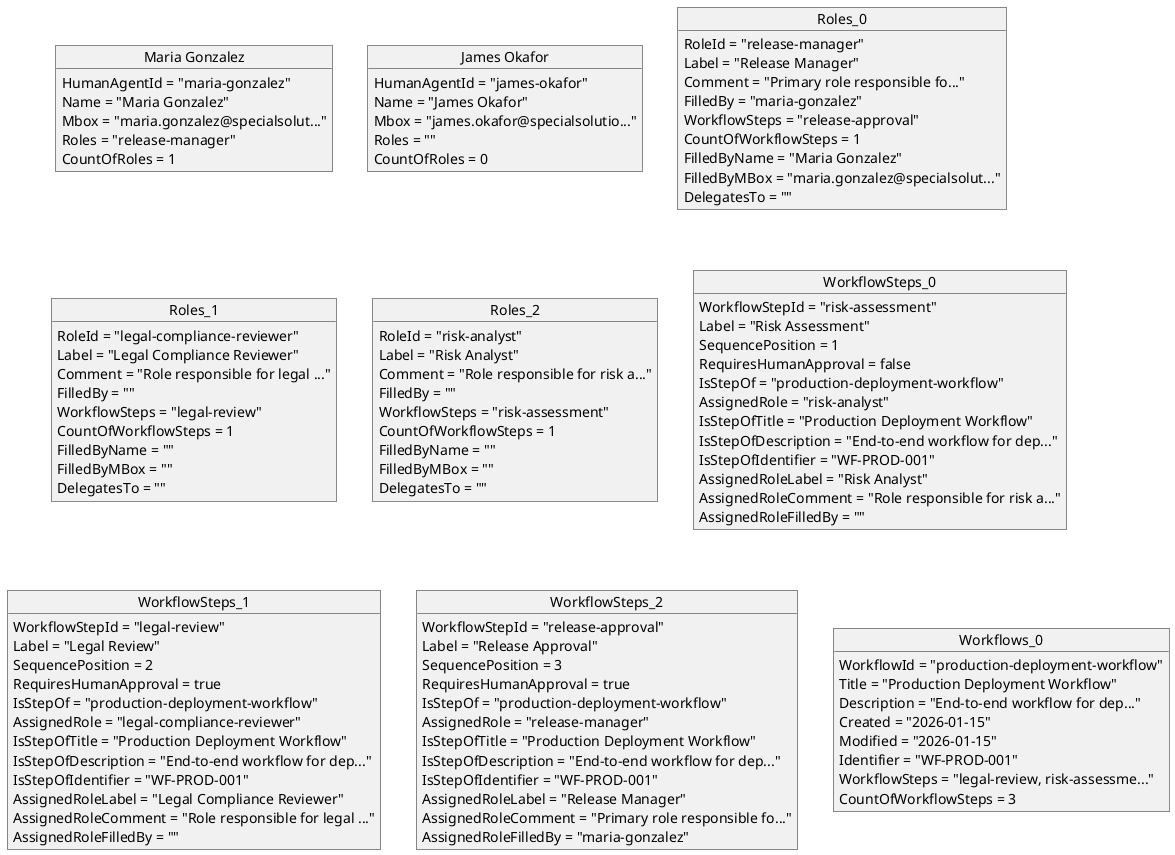
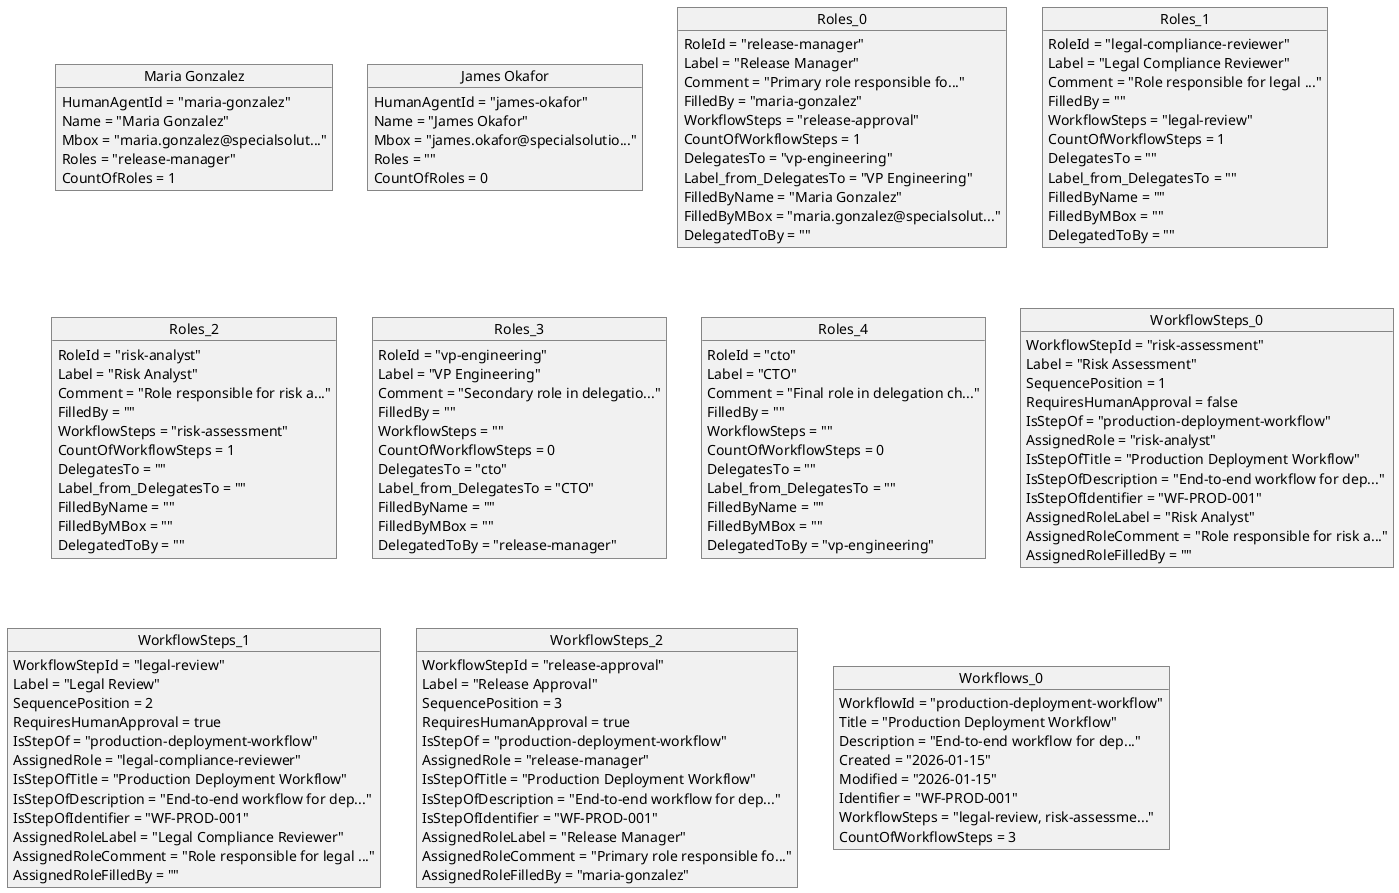
@startuml

object "Maria Gonzalez" as HumanAgents_0 {
  HumanAgentId = "maria-gonzalez"
  Name = "Maria Gonzalez"
  Mbox = "maria.gonzalez@specialsolut..."
  Roles = "release-manager"
  CountOfRoles = 1
}

object "James Okafor" as HumanAgents_1 {
  HumanAgentId = "james-okafor"
  Name = "James Okafor"
  Mbox = "james.okafor@specialsolutio..."
  Roles = ""
  CountOfRoles = 0
}

object "Roles_0" as Roles_0 {
  RoleId = "release-manager"
  Label = "Release Manager"
  Comment = "Primary role responsible fo..."
  FilledBy = "maria-gonzalez"
  WorkflowSteps = "release-approval"
  CountOfWorkflowSteps = 1
+   DelegatesTo = "vp-engineering"
+   Label_from_DelegatesTo = "VP Engineering"
  FilledByName = "Maria Gonzalez"
  FilledByMBox = "maria.gonzalez@specialsolut..."
-   DelegatesTo = ""
+   DelegatedToBy = ""
}

object "Roles_1" as Roles_1 {
  RoleId = "legal-compliance-reviewer"
  Label = "Legal Compliance Reviewer"
  Comment = "Role responsible for legal ..."
  FilledBy = ""
  WorkflowSteps = "legal-review"
  CountOfWorkflowSteps = 1
+   DelegatesTo = ""
+   Label_from_DelegatesTo = ""
  FilledByName = ""
  FilledByMBox = ""
-   DelegatesTo = ""
+   DelegatedToBy = ""
}

object "Roles_2" as Roles_2 {
  RoleId = "risk-analyst"
  Label = "Risk Analyst"
  Comment = "Role responsible for risk a..."
  FilledBy = ""
  WorkflowSteps = "risk-assessment"
  CountOfWorkflowSteps = 1
+   DelegatesTo = ""
+   Label_from_DelegatesTo = ""
  FilledByName = ""
  FilledByMBox = ""
+   DelegatedToBy = ""
+ }
+ 
+ object "Roles_3" as Roles_3 {
+   RoleId = "vp-engineering"
+   Label = "VP Engineering"
+   Comment = "Secondary role in delegatio..."
+   FilledBy = ""
+   WorkflowSteps = ""
+   CountOfWorkflowSteps = 0
+   DelegatesTo = "cto"
+   Label_from_DelegatesTo = "CTO"
+   FilledByName = ""
+   FilledByMBox = ""
+   DelegatedToBy = "release-manager"
+ }
+ 
+ object "Roles_4" as Roles_4 {
+   RoleId = "cto"
+   Label = "CTO"
+   Comment = "Final role in delegation ch..."
+   FilledBy = ""
+   WorkflowSteps = ""
+   CountOfWorkflowSteps = 0
  DelegatesTo = ""
+   Label_from_DelegatesTo = ""
+   FilledByName = ""
+   FilledByMBox = ""
+   DelegatedToBy = "vp-engineering"
}

object "WorkflowSteps_0" as WorkflowSteps_0 {
  WorkflowStepId = "risk-assessment"
  Label = "Risk Assessment"
  SequencePosition = 1
  RequiresHumanApproval = false
  IsStepOf = "production-deployment-workflow"
  AssignedRole = "risk-analyst"
  IsStepOfTitle = "Production Deployment Workflow"
  IsStepOfDescription = "End-to-end workflow for dep..."
  IsStepOfIdentifier = "WF-PROD-001"
  AssignedRoleLabel = "Risk Analyst"
  AssignedRoleComment = "Role responsible for risk a..."
  AssignedRoleFilledBy = ""
}

object "WorkflowSteps_1" as WorkflowSteps_1 {
  WorkflowStepId = "legal-review"
  Label = "Legal Review"
  SequencePosition = 2
  RequiresHumanApproval = true
  IsStepOf = "production-deployment-workflow"
  AssignedRole = "legal-compliance-reviewer"
  IsStepOfTitle = "Production Deployment Workflow"
  IsStepOfDescription = "End-to-end workflow for dep..."
  IsStepOfIdentifier = "WF-PROD-001"
  AssignedRoleLabel = "Legal Compliance Reviewer"
  AssignedRoleComment = "Role responsible for legal ..."
  AssignedRoleFilledBy = ""
}

object "WorkflowSteps_2" as WorkflowSteps_2 {
  WorkflowStepId = "release-approval"
  Label = "Release Approval"
  SequencePosition = 3
  RequiresHumanApproval = true
  IsStepOf = "production-deployment-workflow"
  AssignedRole = "release-manager"
  IsStepOfTitle = "Production Deployment Workflow"
  IsStepOfDescription = "End-to-end workflow for dep..."
  IsStepOfIdentifier = "WF-PROD-001"
  AssignedRoleLabel = "Release Manager"
  AssignedRoleComment = "Primary role responsible fo..."
  AssignedRoleFilledBy = "maria-gonzalez"
}

object "Workflows_0" as Workflows_0 {
  WorkflowId = "production-deployment-workflow"
  Title = "Production Deployment Workflow"
  Description = "End-to-end workflow for dep..."
  Created = "2026-01-15"
  Modified = "2026-01-15"
  Identifier = "WF-PROD-001"
  WorkflowSteps = "legal-review, risk-assessme..."
  CountOfWorkflowSteps = 3
}

@enduml